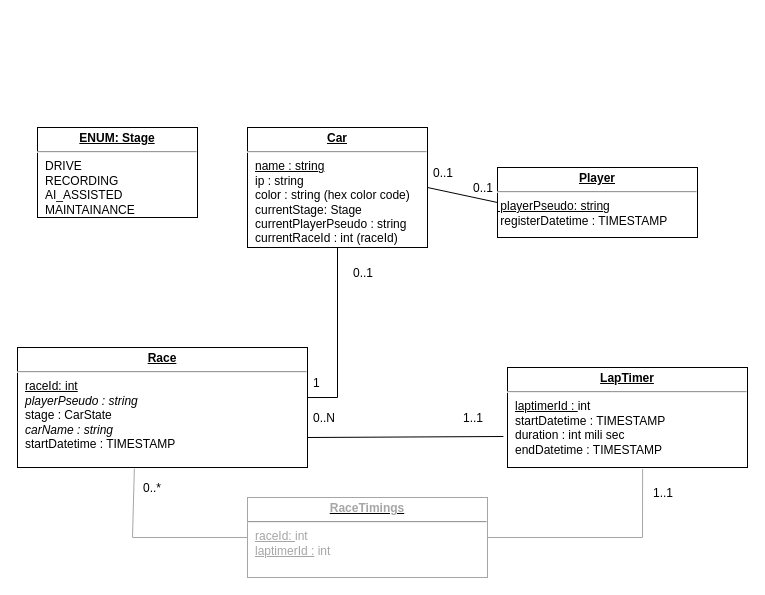
This is doc/donkeycarManager/DataStructure.drawio from mdl29/donkeycarLPH, a draw.io file, before an edit. Source tidied: cells renumbered, new cells numbered last; positions are measured from the earlier drawing's top-left corner, leaving out a move shared by most shapes. Both pictures are drawn from the tidied source at 100%, with x=0, y=0 at pixel (17, 127).
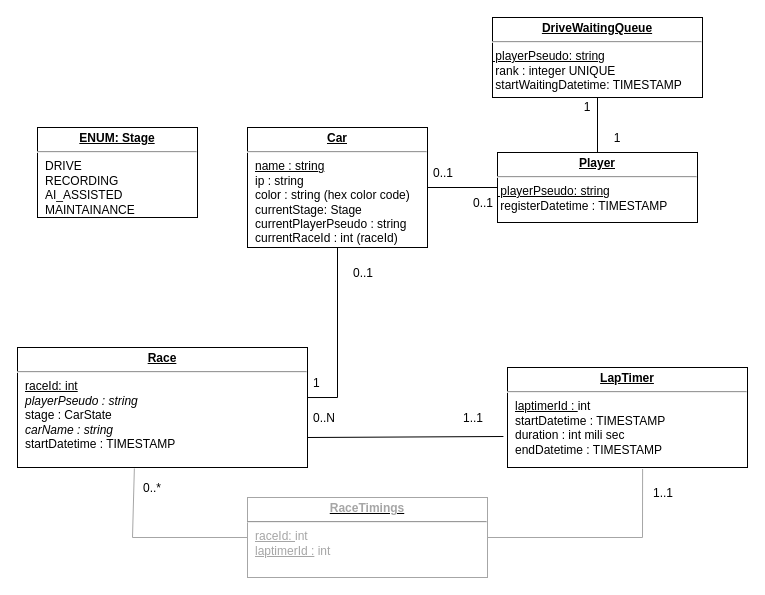
Above is the later version.

Change to the diagram source:
```diff
@@
-    <mxCell id="4" value="&lt;p style=&quot;margin:0px;margin-top:4px;text-align:center;text-decoration:underline;&quot;&gt;&lt;b&gt;Player&lt;/b&gt;&lt;br&gt;&lt;/p&gt;&lt;hr&gt;&lt;div&gt;&lt;u&gt;&amp;nbsp;playerPseudo: strin&lt;/u&gt;g&lt;/div&gt;&lt;div&gt;&amp;nbsp;registerDatetime : TIMESTAMP&lt;br&gt;&lt;/div&gt;" style="verticalAlign=top;align=left;overflow=fill;fontSize=12;fontFamily=Helvetica;html=1;" parent="1" vertex="1">
-      <mxGeometry x="480" y="40" width="200" height="70" as="geometry" />
+    <mxCell id="4" value="&lt;p style=&quot;margin:0px;margin-top:4px;text-align:center;text-decoration:underline;&quot;&gt;&lt;b&gt;Player&lt;/b&gt;&lt;br&gt;&lt;/p&gt;&lt;hr&gt;&lt;div&gt;&lt;u&gt;&amp;nbsp;playerPseudo: strin&lt;/u&gt;g&lt;br&gt;&lt;/div&gt;&lt;div&gt;&amp;nbsp;registerDatetime : TIMESTAMP&lt;br&gt;&lt;/div&gt;" style="verticalAlign=top;align=left;overflow=fill;fontSize=12;fontFamily=Helvetica;html=1;" parent="1" vertex="1">
+      <mxGeometry x="480" y="25" width="200" height="70" as="geometry" />
     </mxCell>
@@
     <mxCell id="12" value="0..1" style="text;strokeColor=none;fillColor=none;align=left;verticalAlign=middle;spacingLeft=4;spacingRight=4;overflow=hidden;" parent="1" vertex="1">
-      <mxGeometry x="450" y="45" width="40" height="30" as="geometry" />
+      <mxGeometry x="450" y="60" width="40" height="30" as="geometry" />
     </mxCell>
@@
+    <mxCell id="21" value="&lt;p style=&quot;margin:0px;margin-top:4px;text-align:center;text-decoration:underline;&quot;&gt;&lt;b&gt;DriveWaitingQueue&lt;/b&gt;&lt;br&gt;&lt;/p&gt;&lt;hr&gt;&lt;div&gt;&lt;u&gt;&amp;nbsp;playerPseudo: strin&lt;/u&gt;g&lt;/div&gt;&lt;div&gt;&amp;nbsp;rank : integer UNIQUE&lt;br&gt;&lt;/div&gt;&lt;div&gt;&amp;nbsp;startWaitingDatetime: TIMESTAMP&lt;br&gt;&lt;/div&gt;" style="verticalAlign=top;align=left;overflow=fill;fontSize=12;fontFamily=Helvetica;html=1;" parent="1" vertex="1">
+      <mxGeometry x="475" y="-110" width="210" height="80" as="geometry" />
+    </mxCell>
+    <mxCell id="22" style="endArrow=none;html=1;rounded=0;entryX=0.5;entryY=1;entryDx=0;entryDy=0;" parent="1" edge="1" source="4" target="21">
+      <mxGeometry relative="1" as="geometry" />
+    </mxCell>
+    <mxCell id="23" value="1" style="text;html=1;strokeColor=none;fillColor=none;align=center;verticalAlign=middle;whiteSpace=wrap;rounded=0;" parent="1" vertex="1">
+      <mxGeometry x="540" y="-35" width="60" height="30" as="geometry" />
+    </mxCell>
+    <mxCell id="24" value="1" style="text;html=1;strokeColor=none;fillColor=none;align=center;verticalAlign=middle;whiteSpace=wrap;rounded=0;" parent="1" vertex="1">
+      <mxGeometry x="570" y="-4" width="60" height="30" as="geometry" />
+    </mxCell>
```
